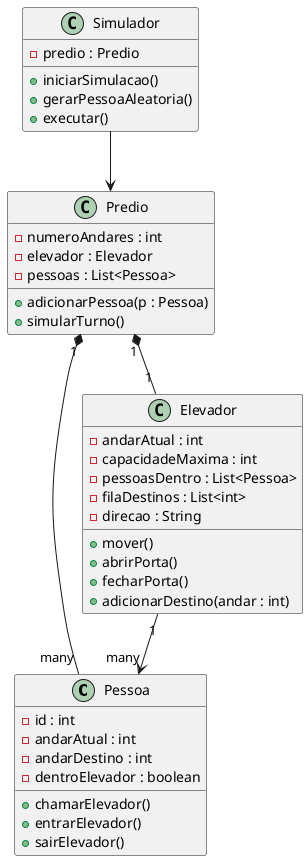
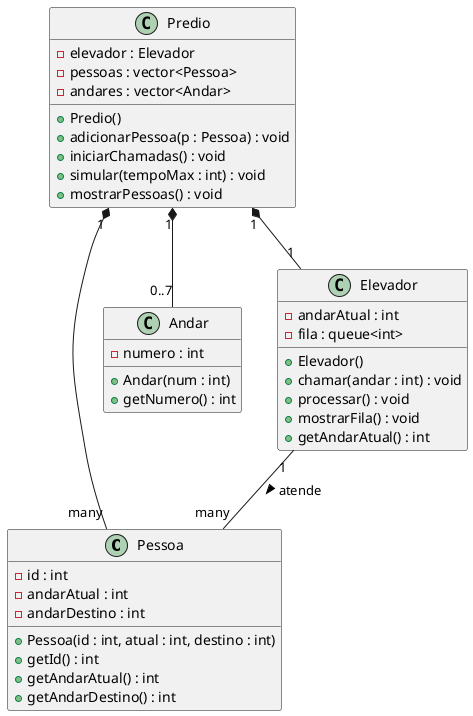
@startuml

class Pessoa {
    - id : int
    - andarAtual : int
    - andarDestino : int
-     - dentroElevador : boolean

-     + chamarElevador()
-     + entrarElevador()
-     + sairElevador()
+     + Pessoa(id : int, atual : int, destino : int)
+     + getId() : int
+     + getAndarAtual() : int
+     + getAndarDestino() : int
+ }
+ 
+ class Andar {
+     - numero : int
+ 
+     + Andar(num : int)
+     + getNumero() : int
}

class Elevador {
    - andarAtual : int
-     - capacidadeMaxima : int
-     - pessoasDentro : List<Pessoa>
-     - filaDestinos : List<int>
-     - direcao : String
+     - fila : queue<int>

-     + mover()
-     + abrirPorta()
-     + fecharPorta()
-     + adicionarDestino(andar : int)
+     + Elevador()
+     + chamar(andar : int) : void
+     + processar() : void
+     + mostrarFila() : void
+     + getAndarAtual() : int
}

class Predio {
-     - numeroAndares : int
    - elevador : Elevador
-     - pessoas : List<Pessoa>
+     - pessoas : vector<Pessoa>
+     - andares : vector<Andar>

-     + adicionarPessoa(p : Pessoa)
-     + simularTurno()
- }
- 
- class Simulador {
-     - predio : Predio
- 
-     + iniciarSimulacao()
-     + gerarPessoaAleatoria()
-     + executar()
+     + Predio()
+     + adicionarPessoa(p : Pessoa) : void
+     + iniciarChamadas() : void
+     + simular(tempoMax : int) : void
+     + mostrarPessoas() : void
}

Predio "1" *-- "1" Elevador
+ Predio "1" *-- "0..7" Andar
Predio "1" *-- "many" Pessoa
- Elevador "1" --> "many" Pessoa
- Simulador --> Predio
+ Elevador "1" -- "many" Pessoa : atende >

- @enduml+ @enduml
